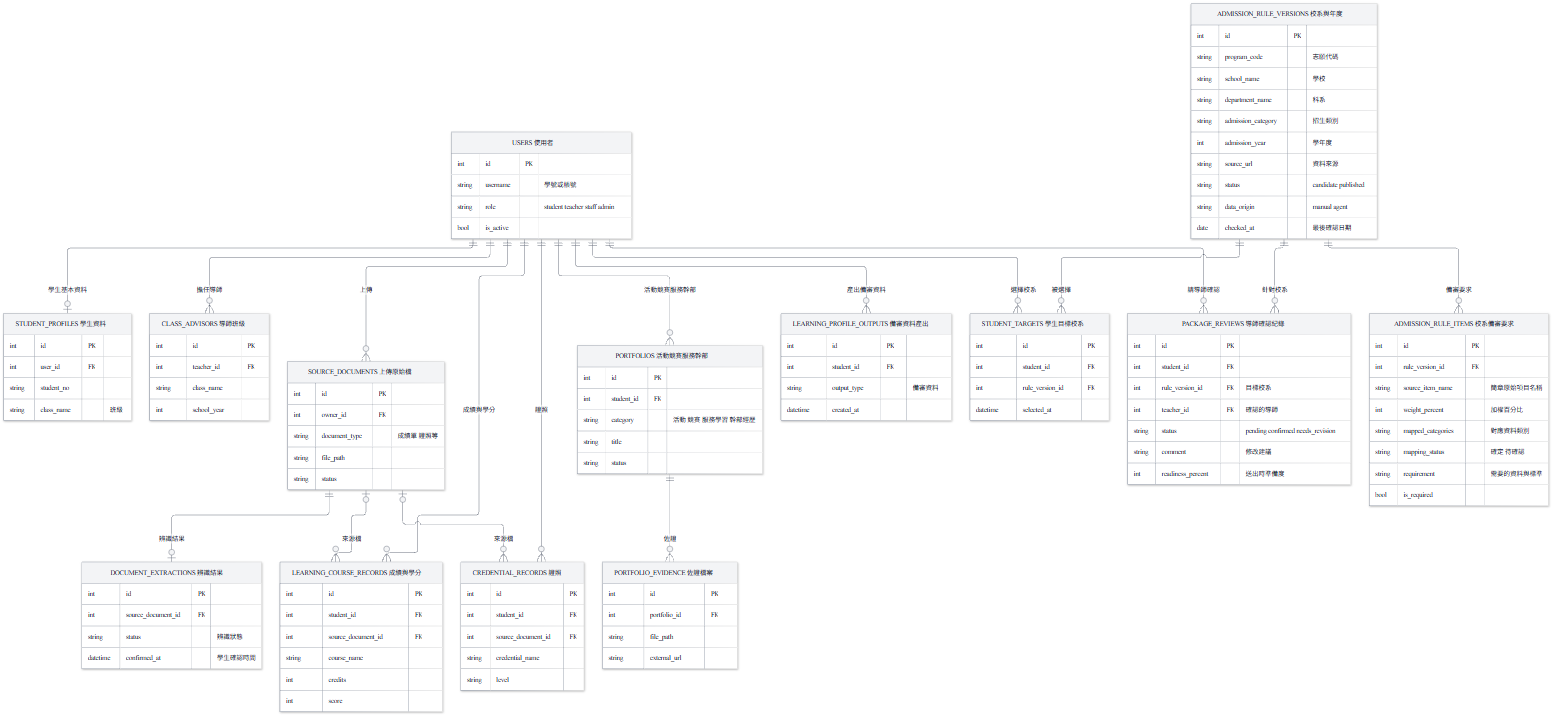
Above: docs/images/D-09-erd-v2.png in vujhdcusa/1028 (Mermaid), before the change. Its source is kept beside it as docs/images/D-09-erd-v2.mmd.
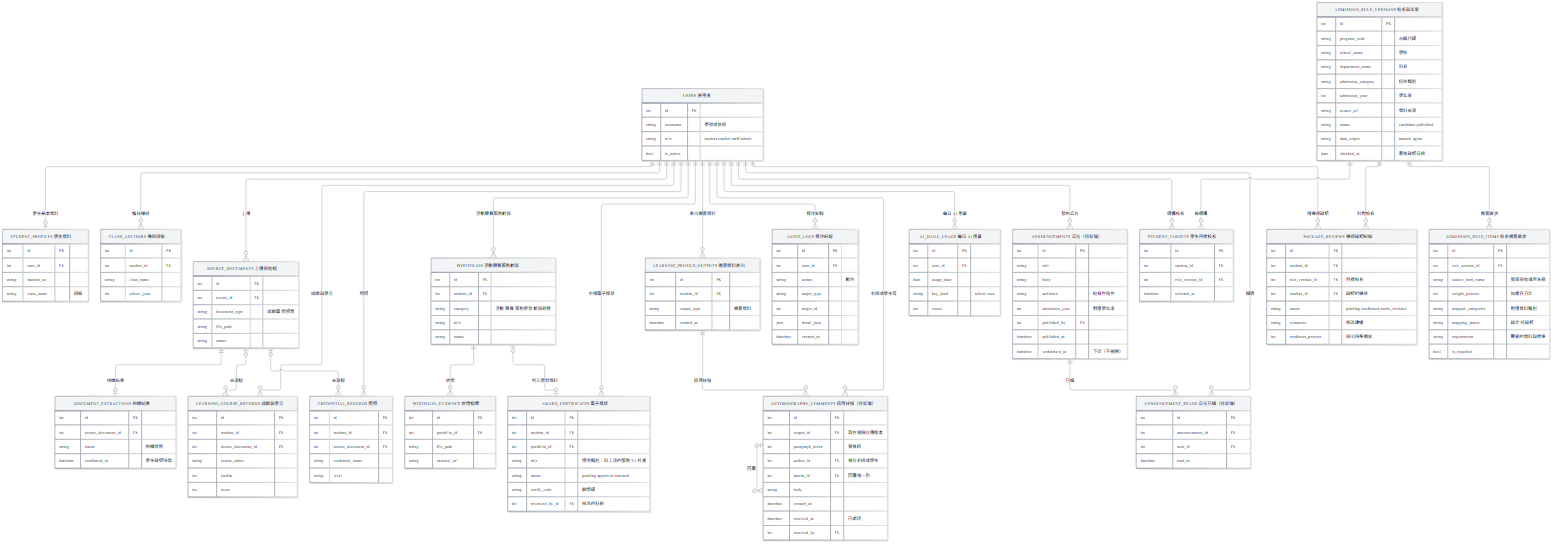
After the change.

Diff of the diagram source:
```diff
@@ -16,6 +16,16 @@
     USERS ||--o{ LEARNING_PROFILE_OUTPUTS : "產出備審資料"
     USERS ||--o{ PACKAGE_REVIEWS : "請導師確認"
     ADMISSION_RULE_VERSIONS ||--o{ PACKAGE_REVIEWS : "針對校系"
+    USERS ||--o{ AWARD_CERTIFICATES : "申請電子獎狀"
+    PORTFOLIOS |o--o| AWARD_CERTIFICATES : "列入學習資料"
+    USERS ||--o{ AUDIT_LOGS : "操作紀錄"
+    USERS ||--o{ AI_DAILY_USAGE : "每日 AI 用量"
+    USERS ||--o{ ANNOUNCEMENTS : "發布公告"
+    ANNOUNCEMENTS ||--o{ ANNOUNCEMENT_READS : "已讀"
+    USERS ||--o{ ANNOUNCEMENT_READS : "讀過"
+    LEARNING_PROFILE_OUTPUTS ||--o{ AUTOBIOGRAPHY_COMMENTS : "段落註解"
+    USERS ||--o{ AUTOBIOGRAPHY_COMMENTS : "老師或學生寫"
+    AUTOBIOGRAPHY_COMMENTS |o--o{ AUTOBIOGRAPHY_COMMENTS : "回覆"
 
     USERS["USERS 使用者　　　"] {
         int id PK
@@ -119,3 +129,55 @@
         string comment "修改建議"
         int readiness_percent "送出時準備度"
     }
+    AWARD_CERTIFICATES["AWARD_CERTIFICATES 電子獎狀　　　"] {
+        int id PK
+        int student_id FK
+        int portfolio_id FK
+        string title "證明類別：科上派的服務 TA 社團"
+        string status "pending approved returned"
+        string verify_code "驗證碼"
+        int reviewed_by_id FK "核准的科辦"
+    }
+    AUDIT_LOGS["AUDIT_LOGS 操作紀錄　　　"] {
+        int id PK
+        int user_id FK
+        string action "動作"
+        string target_type
+        int target_id
+        json detail_json
+        datetime created_at
+    }
+    AI_DAILY_USAGE["AI_DAILY_USAGE 每日 AI 用量　　　"] {
+        int id PK
+        int user_id FK
+        date usage_date
+        string key_kind "school own"
+        int count
+    }
+    ANNOUNCEMENTS["ANNOUNCEMENTS 公告（待新增）　　　"] {
+        int id PK
+        string title
+        string body
+        string audience "給哪些角色"
+        int admission_year "對應學年度"
+        int published_by FK
+        datetime published_at
+        datetime withdrawn_at "下架（不刪除）"
+    }
+    ANNOUNCEMENT_READS["ANNOUNCEMENT_READS 公告已讀（待新增）　　　"] {
+        int id PK
+        int announcement_id FK
+        int user_id FK
+        datetime read_at
+    }
+    AUTOBIOGRAPHY_COMMENTS["AUTOBIOGRAPHY_COMMENTS 段落註解（待新增）　　　"] {
+        int id PK
+        int output_id FK "寫在哪個自傳版本"
+        int paragraph_index "第幾段"
+        int author_id FK "哪位老師或學生"
+        int parent_id FK "回覆哪一則"
+        string body
+        datetime created_at
+        datetime resolved_at "已處理"
+        int resolved_by FK
+    }
```
